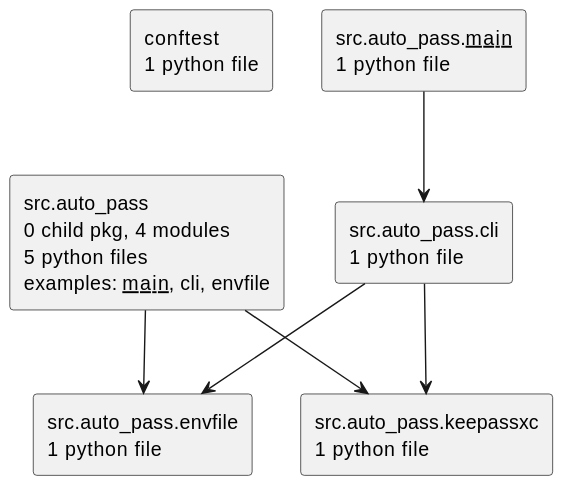
This is docs/diagrams/python-packages.puml.svg from casonk/auto-pass, a PlantUML export, as it was before one commit.
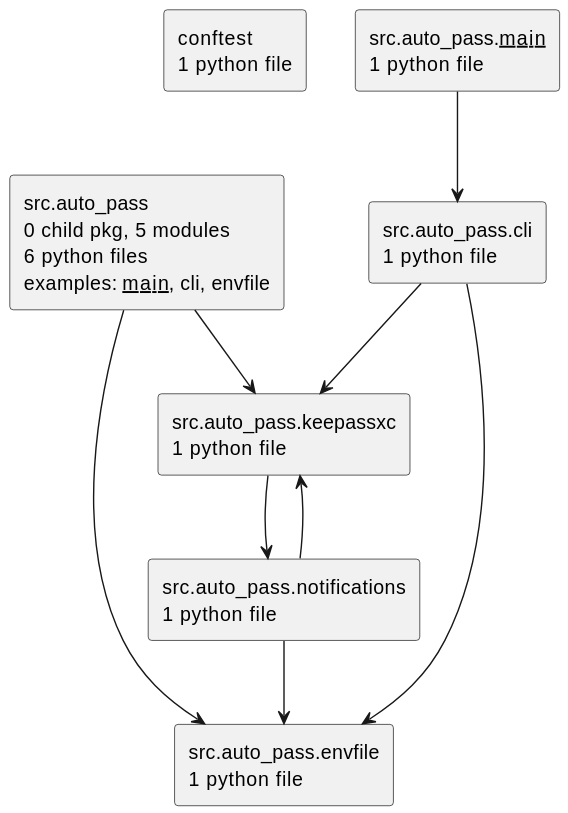
Above is the later version.

What changed in the source:
```diff
@@ -3,14 +3,18 @@
 top to bottom direction
 skinparam componentStyle rectangle
 rectangle "conftest\n1 python file" as conftest
-rectangle "src.auto_pass\n0 child pkg, 4 modules\n5 python files\nexamples: __main__, cli, envfile" as src.auto_pass
+rectangle "src.auto_pass\n0 child pkg, 5 modules\n6 python files\nexamples: __main__, cli, envfile" as src.auto_pass
 rectangle "src.auto_pass.__main__\n1 python file" as src.auto_pass.__main__
 rectangle "src.auto_pass.cli\n1 python file" as src.auto_pass.cli
 rectangle "src.auto_pass.envfile\n1 python file" as src.auto_pass.envfile
 rectangle "src.auto_pass.keepassxc\n1 python file" as src.auto_pass.keepassxc
+rectangle "src.auto_pass.notifications\n1 python file" as src.auto_pass.notifications
 src.auto_pass --> src.auto_pass.envfile
 src.auto_pass --> src.auto_pass.keepassxc
 src.auto_pass.__main__ --> src.auto_pass.cli
 src.auto_pass.cli --> src.auto_pass.envfile
 src.auto_pass.cli --> src.auto_pass.keepassxc
+src.auto_pass.keepassxc --> src.auto_pass.notifications
+src.auto_pass.notifications --> src.auto_pass.envfile
+src.auto_pass.notifications --> src.auto_pass.keepassxc
 @enduml
```
